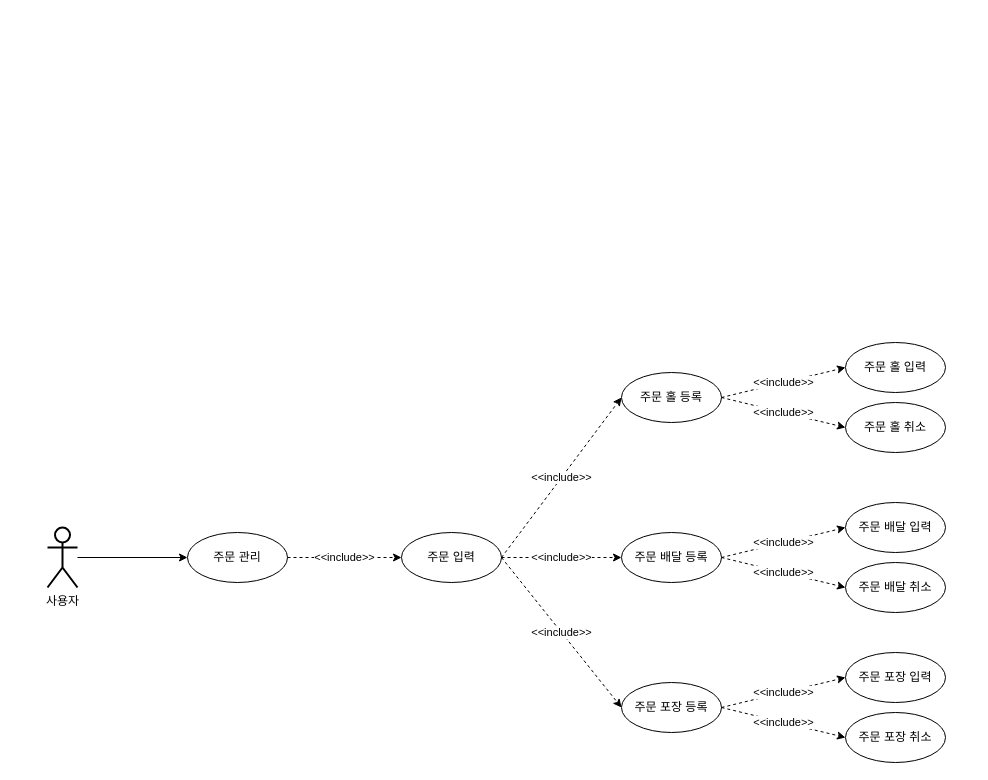
Earlier version of the draw.io diagram page "1.2 MenuManagement_Usecase" (2 of 14) of Diagram/Use Case/Use Case v1.3.drawio (thelight0804/Design_pattern-Java). Source tidied: cells renumbered, new cells numbered last; positions are measured from the earlier drawing's top-left corner, leaving out a move shared by most shapes. Both pictures are drawn from the tidied source at 100%, with x=0, y=0 at pixel (47, 342).
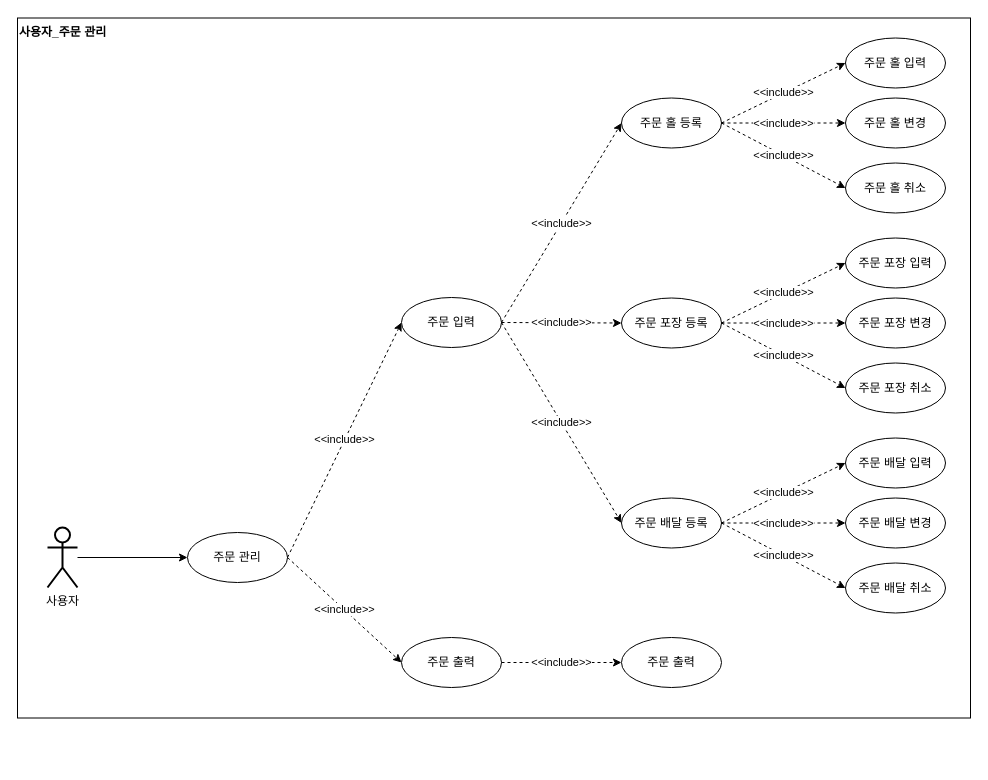
The same diagram, later.

Unchanged cells that the change refers to:
```xml
<mxCell id="2" value="&lt;font color=&quot;#000000&quot;&gt;주문 관리&lt;br&gt;&lt;/font&gt;" style="ellipse;whiteSpace=wrap;html=1;fontColor=#B9E0A5;strokeColor=#000000;strokeWidth=1;" parent="1" vertex="1">
  <mxGeometry x="140" y="190" width="100" height="50" as="geometry" />
</mxCell>
```

What changed in the source:
```diff
@@
-    <mxCell id="6" style="group;" parent="1" vertex="1">
-      <mxGeometry x="354" width="544" height="420" as="geometry" />
-    </mxCell>
+    <mxCell id="29" value="&lt;font&gt;사용자_주문 관리&lt;/font&gt;" style="text;html=1;strokeColor=#000000;fillColor=none;align=left;verticalAlign=top;rounded=0;fontStyle=1;fontColor=#000000;labelBackgroundColor=none;labelBorderColor=none;whiteSpace=wrap;" parent="1" vertex="1">
+      <mxGeometry x="-30" y="-324.5" width="953" height="700" as="geometry" />
+    </mxCell>
+    <mxCell id="30" value="&amp;lt;&amp;lt;include&amp;gt;&amp;gt;" style="edgeStyle=none;rounded=0;jettySize=auto;html=1;entryX=0;entryY=0.5;entryDx=0;entryDy=0;dashed=1;exitX=1;exitY=0.5;exitDx=0;exitDy=0;" parent="1" edge="1" source="2" target="31">
+      <mxGeometry relative="1" as="geometry" />
+    </mxCell>
+    <mxCell id="31" value="&lt;span style=&quot;color: rgb(0, 0, 0);&quot;&gt;주문 출력&lt;/span&gt;&lt;font color=&quot;#000000&quot;&gt;&lt;br&gt;&lt;/font&gt;" style="ellipse;whiteSpace=wrap;html=1;fontColor=#B9E0A5;strokeColor=#000000;strokeWidth=1;" parent="1" vertex="1">
+      <mxGeometry x="354" y="295" width="100" height="50" as="geometry" />
+    </mxCell>
+    <mxCell id="32" value="&lt;span style=&quot;color: rgb(0, 0, 0);&quot;&gt;주문 출력&lt;/span&gt;&lt;font color=&quot;#000000&quot;&gt;&lt;br&gt;&lt;/font&gt;" style="ellipse;whiteSpace=wrap;html=1;fontColor=#B9E0A5;strokeColor=#000000;strokeWidth=1;" parent="1" vertex="1">
+      <mxGeometry x="574" y="295" width="100" height="50" as="geometry" />
+    </mxCell>
-    <mxCell id="7" value="&lt;font color=&quot;#000000&quot;&gt;주문 입력&lt;br&gt;&lt;/font&gt;" style="ellipse;whiteSpace=wrap;html=1;fontColor=#B9E0A5;strokeColor=#000000;strokeWidth=1;" parent="6" vertex="1">
-      <mxGeometry y="190" width="100" height="50" as="geometry" />
+    <mxCell id="7" value="&lt;font color=&quot;#000000&quot;&gt;주문 입력&lt;br&gt;&lt;/font&gt;" style="ellipse;whiteSpace=wrap;html=1;fontColor=#B9E0A5;strokeColor=#000000;strokeWidth=1;" parent="1" vertex="1">
+      <mxGeometry x="354" y="-45" width="100" height="50" as="geometry" />
     </mxCell>
-    <mxCell id="8" value="&amp;lt;&amp;lt;include&amp;gt;&amp;gt;" style="edgeStyle=none;rounded=0;jettySize=auto;html=1;entryX=0;entryY=0.5;entryDx=0;entryDy=0;dashed=1;exitX=1;exitY=0.5;exitDx=0;exitDy=0;" parent="6" edge="1" source="7" target="12">
+    <mxCell id="8" value="&amp;lt;&amp;lt;include&amp;gt;&amp;gt;" style="edgeStyle=none;rounded=0;jettySize=auto;html=1;entryX=0;entryY=0.5;entryDx=0;entryDy=0;dashed=1;exitX=1;exitY=0.5;exitDx=0;exitDy=0;" parent="1" edge="1" source="7" target="12">
       <mxGeometry relative="1" as="geometry" />
     </mxCell>
-    <mxCell id="9" value="&amp;lt;&amp;lt;include&amp;gt;&amp;gt;" style="edgeStyle=none;rounded=0;jettySize=auto;html=1;entryX=0;entryY=0.5;entryDx=0;entryDy=0;dashed=1;exitX=1;exitY=0.5;exitDx=0;exitDy=0;" parent="6" edge="1" source="7" target="18">
+    <mxCell id="9" value="&amp;lt;&amp;lt;include&amp;gt;&amp;gt;" style="edgeStyle=none;rounded=0;jettySize=auto;html=1;entryX=0;entryY=0.5;entryDx=0;entryDy=0;dashed=1;exitX=1;exitY=0.5;exitDx=0;exitDy=0;" parent="1" edge="1" source="7" target="24">
       <mxGeometry relative="1" as="geometry" />
     </mxCell>
-    <mxCell id="10" value="&amp;lt;&amp;lt;include&amp;gt;&amp;gt;" style="edgeStyle=none;rounded=0;jettySize=auto;html=1;entryX=0;entryY=0.5;entryDx=0;entryDy=0;dashed=1;exitX=1;exitY=0.5;exitDx=0;exitDy=0;" parent="6" edge="1" source="7" target="24">
+    <mxCell id="10" value="&amp;lt;&amp;lt;include&amp;gt;&amp;gt;" style="edgeStyle=none;rounded=0;jettySize=auto;html=1;entryX=0;entryY=0.5;entryDx=0;entryDy=0;dashed=1;exitX=1;exitY=0.5;exitDx=0;exitDy=0;" parent="1" edge="1" source="7" target="18">
       <mxGeometry relative="1" as="geometry" />
     </mxCell>
-    <mxCell id="11" style="group;" parent="6" vertex="1">
-      <mxGeometry x="220" width="324" height="110" as="geometry" />
-    </mxCell>
+    <mxCell id="33" value="&amp;lt;&amp;lt;include&amp;gt;&amp;gt;" style="edgeStyle=none;rounded=0;jettySize=auto;html=1;entryX=0;entryY=0.5;entryDx=0;entryDy=0;dashed=1;exitX=1;exitY=0.5;exitDx=0;exitDy=0;" parent="1" edge="1" source="31" target="32">
+      <mxGeometry relative="1" as="geometry" />
+    </mxCell>
+    <mxCell id="34" style="group;" parent="1" vertex="1">
+      <mxGeometry x="574" y="95.5" width="324" height="175" as="geometry" />
+    </mxCell>
+    <mxCell id="18" value="&lt;font color=&quot;#000000&quot;&gt;주문 배달 등록&lt;br&gt;&lt;/font&gt;" style="ellipse;whiteSpace=wrap;html=1;fontColor=#B9E0A5;strokeColor=#000000;strokeWidth=1;" parent="34" vertex="1">
+      <mxGeometry y="60" width="100" height="50" as="geometry" />
+    </mxCell>
+    <mxCell id="19" value="&lt;font color=&quot;#000000&quot;&gt;주문&amp;nbsp;&lt;/font&gt;&lt;span style=&quot;color: rgb(0, 0, 0);&quot;&gt;배달&lt;/span&gt;&lt;font color=&quot;#000000&quot;&gt;&amp;nbsp;입력&lt;br&gt;&lt;/font&gt;" style="ellipse;whiteSpace=wrap;html=1;fontColor=#B9E0A5;strokeColor=#000000;strokeWidth=1;" parent="34" vertex="1">
+      <mxGeometry x="224" width="100" height="50" as="geometry" />
+    </mxCell>
+    <mxCell id="35" value="&lt;font color=&quot;#000000&quot;&gt;주문&amp;nbsp;&lt;/font&gt;&lt;span style=&quot;color: rgb(0, 0, 0);&quot;&gt;배달&lt;/span&gt;&lt;font color=&quot;#000000&quot;&gt;&amp;nbsp;변경&lt;br&gt;&lt;/font&gt;" style="ellipse;whiteSpace=wrap;html=1;fontColor=#B9E0A5;strokeColor=#000000;strokeWidth=1;" parent="34" vertex="1">
+      <mxGeometry x="224" y="60" width="100" height="50" as="geometry" />
+    </mxCell>
+    <mxCell id="21" value="&amp;lt;&amp;lt;include&amp;gt;&amp;gt;" style="edgeStyle=none;rounded=0;jettySize=auto;html=1;entryX=0;entryY=0.5;entryDx=0;entryDy=0;dashed=1;exitX=1;exitY=0.5;exitDx=0;exitDy=0;" parent="34" edge="1" source="18" target="19">
+      <mxGeometry relative="1" as="geometry" />
+    </mxCell>
+    <mxCell id="36" value="&amp;lt;&amp;lt;include&amp;gt;&amp;gt;" style="edgeStyle=none;rounded=0;jettySize=auto;html=1;entryX=0;entryY=0.5;entryDx=0;entryDy=0;dashed=1;exitX=1;exitY=0.5;exitDx=0;exitDy=0;" parent="34" edge="1" source="18" target="35">
+      <mxGeometry relative="1" as="geometry" />
+    </mxCell>
+    <mxCell id="20" value="&lt;font color=&quot;#000000&quot;&gt;주문&amp;nbsp;&lt;/font&gt;&lt;span style=&quot;color: rgb(0, 0, 0);&quot;&gt;배달&lt;/span&gt;&lt;font color=&quot;#000000&quot;&gt;&amp;nbsp;취소&lt;br&gt;&lt;/font&gt;" style="ellipse;whiteSpace=wrap;html=1;fontColor=#B9E0A5;strokeColor=#000000;strokeWidth=1;" parent="34" vertex="1">
+      <mxGeometry x="224" y="125" width="100" height="50" as="geometry" />
+    </mxCell>
+    <mxCell id="22" value="&amp;lt;&amp;lt;include&amp;gt;&amp;gt;" style="edgeStyle=none;rounded=0;jettySize=auto;html=1;entryX=0;entryY=0.5;entryDx=0;entryDy=0;dashed=1;exitX=1;exitY=0.5;exitDx=0;exitDy=0;" parent="34" edge="1" source="18" target="20">
+      <mxGeometry relative="1" as="geometry" />
+    </mxCell>
+    <mxCell id="37" style="group;" parent="1" vertex="1">
+      <mxGeometry x="574" y="-104.5" width="324" height="175" as="geometry" />
+    </mxCell>
+    <mxCell id="24" value="&lt;font color=&quot;#000000&quot;&gt;주문 포장 등록&lt;br&gt;&lt;/font&gt;" style="ellipse;whiteSpace=wrap;html=1;fontColor=#B9E0A5;strokeColor=#000000;strokeWidth=1;" parent="37" vertex="1">
+      <mxGeometry y="60" width="100" height="50" as="geometry" />
+    </mxCell>
+    <mxCell id="25" value="&lt;font color=&quot;#000000&quot;&gt;주문&amp;nbsp;&lt;/font&gt;&lt;span style=&quot;color: rgb(0, 0, 0);&quot;&gt;포장&lt;/span&gt;&lt;font color=&quot;#000000&quot;&gt;&amp;nbsp;입력&lt;br&gt;&lt;/font&gt;" style="ellipse;whiteSpace=wrap;html=1;fontColor=#B9E0A5;strokeColor=#000000;strokeWidth=1;" parent="37" vertex="1">
+      <mxGeometry x="224" width="100" height="50" as="geometry" />
+    </mxCell>
+    <mxCell id="38" value="&lt;font color=&quot;#000000&quot;&gt;주문&amp;nbsp;&lt;/font&gt;&lt;span style=&quot;color: rgb(0, 0, 0);&quot;&gt;포장&lt;/span&gt;&lt;font color=&quot;#000000&quot;&gt;&amp;nbsp;변경&lt;br&gt;&lt;/font&gt;" style="ellipse;whiteSpace=wrap;html=1;fontColor=#B9E0A5;strokeColor=#000000;strokeWidth=1;" parent="37" vertex="1">
+      <mxGeometry x="224" y="60" width="100" height="50" as="geometry" />
+    </mxCell>
+    <mxCell id="27" value="&amp;lt;&amp;lt;include&amp;gt;&amp;gt;" style="edgeStyle=none;rounded=0;jettySize=auto;html=1;entryX=0;entryY=0.5;entryDx=0;entryDy=0;dashed=1;exitX=1;exitY=0.5;exitDx=0;exitDy=0;" parent="37" edge="1" source="24" target="25">
+      <mxGeometry relative="1" as="geometry" />
+    </mxCell>
+    <mxCell id="39" value="&amp;lt;&amp;lt;include&amp;gt;&amp;gt;" style="edgeStyle=none;rounded=0;jettySize=auto;html=1;entryX=0;entryY=0.5;entryDx=0;entryDy=0;dashed=1;exitX=1;exitY=0.5;exitDx=0;exitDy=0;" parent="37" edge="1" source="24" target="38">
+      <mxGeometry relative="1" as="geometry" />
+    </mxCell>
+    <mxCell id="26" value="&lt;font color=&quot;#000000&quot;&gt;주문&amp;nbsp;&lt;/font&gt;&lt;span style=&quot;color: rgb(0, 0, 0);&quot;&gt;포장&lt;/span&gt;&lt;font color=&quot;#000000&quot;&gt;&amp;nbsp;취소&lt;br&gt;&lt;/font&gt;" style="ellipse;whiteSpace=wrap;html=1;fontColor=#B9E0A5;strokeColor=#000000;strokeWidth=1;" parent="37" vertex="1">
+      <mxGeometry x="224" y="125" width="100" height="50" as="geometry" />
+    </mxCell>
+    <mxCell id="28" value="&amp;lt;&amp;lt;include&amp;gt;&amp;gt;" style="edgeStyle=none;rounded=0;jettySize=auto;html=1;entryX=0;entryY=0.5;entryDx=0;entryDy=0;dashed=1;exitX=1;exitY=0.5;exitDx=0;exitDy=0;" parent="37" edge="1" source="24" target="26">
+      <mxGeometry relative="1" as="geometry" />
+    </mxCell>
+    <mxCell id="40" style="group;" parent="1" vertex="1">
+      <mxGeometry x="574" y="-304.5" width="324" height="175" as="geometry" />
+    </mxCell>
-    <mxCell id="12" value="&lt;font color=&quot;#000000&quot;&gt;주문 홀 등록&lt;br&gt;&lt;/font&gt;" style="ellipse;whiteSpace=wrap;html=1;fontColor=#B9E0A5;strokeColor=#000000;strokeWidth=1;" parent="11" vertex="1">
-      <mxGeometry y="30" width="100" height="50" as="geometry" />
+    <mxCell id="12" value="&lt;font color=&quot;#000000&quot;&gt;주문 홀 등록&lt;br&gt;&lt;/font&gt;" style="ellipse;whiteSpace=wrap;html=1;fontColor=#B9E0A5;strokeColor=#000000;strokeWidth=1;" parent="40" vertex="1">
+      <mxGeometry y="60" width="100" height="50" as="geometry" />
     </mxCell>
-    <mxCell id="13" value="&lt;font color=&quot;#000000&quot;&gt;주문 홀 입력&lt;br&gt;&lt;/font&gt;" style="ellipse;whiteSpace=wrap;html=1;fontColor=#B9E0A5;strokeColor=#000000;strokeWidth=1;" parent="11" vertex="1">
+    <mxCell id="13" value="&lt;font color=&quot;#000000&quot;&gt;주문 홀 입력&lt;br&gt;&lt;/font&gt;" style="ellipse;whiteSpace=wrap;html=1;fontColor=#B9E0A5;strokeColor=#000000;strokeWidth=1;" parent="40" vertex="1">
       <mxGeometry x="224" width="100" height="50" as="geometry" />
     </mxCell>
-    <mxCell id="14" value="&lt;font color=&quot;#000000&quot;&gt;주문 홀 취소&lt;br&gt;&lt;/font&gt;" style="ellipse;whiteSpace=wrap;html=1;fontColor=#B9E0A5;strokeColor=#000000;strokeWidth=1;" parent="11" vertex="1">
+    <mxCell id="14" value="&lt;font color=&quot;#000000&quot;&gt;주문 홀 변경&lt;br&gt;&lt;/font&gt;" style="ellipse;whiteSpace=wrap;html=1;fontColor=#B9E0A5;strokeColor=#000000;strokeWidth=1;" parent="40" vertex="1">
       <mxGeometry x="224" y="60" width="100" height="50" as="geometry" />
     </mxCell>
-    <mxCell id="15" value="&amp;lt;&amp;lt;include&amp;gt;&amp;gt;" style="edgeStyle=none;rounded=0;jettySize=auto;html=1;entryX=0;entryY=0.5;entryDx=0;entryDy=0;dashed=1;exitX=1;exitY=0.5;exitDx=0;exitDy=0;" parent="11" edge="1" source="12" target="13">
+    <mxCell id="15" value="&amp;lt;&amp;lt;include&amp;gt;&amp;gt;" style="edgeStyle=none;rounded=0;jettySize=auto;html=1;entryX=0;entryY=0.5;entryDx=0;entryDy=0;dashed=1;exitX=1;exitY=0.5;exitDx=0;exitDy=0;" parent="40" edge="1" source="12" target="13">
       <mxGeometry relative="1" as="geometry" />
     </mxCell>
-    <mxCell id="16" value="&amp;lt;&amp;lt;include&amp;gt;&amp;gt;" style="edgeStyle=none;rounded=0;jettySize=auto;html=1;entryX=0;entryY=0.5;entryDx=0;entryDy=0;dashed=1;exitX=1;exitY=0.5;exitDx=0;exitDy=0;" parent="11" edge="1" source="12" target="14">
+    <mxCell id="16" value="&amp;lt;&amp;lt;include&amp;gt;&amp;gt;" style="edgeStyle=none;rounded=0;jettySize=auto;html=1;entryX=0;entryY=0.5;entryDx=0;entryDy=0;dashed=1;exitX=1;exitY=0.5;exitDx=0;exitDy=0;" parent="40" edge="1" source="12" target="14">
       <mxGeometry relative="1" as="geometry" />
     </mxCell>
-    <mxCell id="17" style="group;" parent="6" vertex="1">
-      <mxGeometry x="220" y="160" width="324" height="110" as="geometry" />
-    </mxCell>
-    <mxCell id="18" value="&lt;font color=&quot;#000000&quot;&gt;주문 배달 등록&lt;br&gt;&lt;/font&gt;" style="ellipse;whiteSpace=wrap;html=1;fontColor=#B9E0A5;strokeColor=#000000;strokeWidth=1;" parent="17" vertex="1">
-      <mxGeometry y="30" width="100" height="50" as="geometry" />
-    </mxCell>
-    <mxCell id="19" value="&lt;font color=&quot;#000000&quot;&gt;주문 배달 입력&lt;br&gt;&lt;/font&gt;" style="ellipse;whiteSpace=wrap;html=1;fontColor=#B9E0A5;strokeColor=#000000;strokeWidth=1;" parent="17" vertex="1">
-      <mxGeometry x="224" width="100" height="50" as="geometry" />
-    </mxCell>
-    <mxCell id="20" value="&lt;font color=&quot;#000000&quot;&gt;주문 배달 취소&lt;br&gt;&lt;/font&gt;" style="ellipse;whiteSpace=wrap;html=1;fontColor=#B9E0A5;strokeColor=#000000;strokeWidth=1;" parent="17" vertex="1">
-      <mxGeometry x="224" y="60" width="100" height="50" as="geometry" />
-    </mxCell>
-    <mxCell id="21" value="&amp;lt;&amp;lt;include&amp;gt;&amp;gt;" style="edgeStyle=none;rounded=0;jettySize=auto;html=1;entryX=0;entryY=0.5;entryDx=0;entryDy=0;dashed=1;exitX=1;exitY=0.5;exitDx=0;exitDy=0;" parent="17" edge="1" source="18" target="19">
-      <mxGeometry relative="1" as="geometry" />
-    </mxCell>
-    <mxCell id="22" value="&amp;lt;&amp;lt;include&amp;gt;&amp;gt;" style="edgeStyle=none;rounded=0;jettySize=auto;html=1;entryX=0;entryY=0.5;entryDx=0;entryDy=0;dashed=1;exitX=1;exitY=0.5;exitDx=0;exitDy=0;" parent="17" edge="1" source="18" target="20">
-      <mxGeometry relative="1" as="geometry" />
-    </mxCell>
-    <mxCell id="23" style="group;" parent="6" vertex="1">
-      <mxGeometry x="220" y="310" width="324" height="110" as="geometry" />
-    </mxCell>
-    <mxCell id="24" value="&lt;font color=&quot;#000000&quot;&gt;주문 포장 등록&lt;br&gt;&lt;/font&gt;" style="ellipse;whiteSpace=wrap;html=1;fontColor=#B9E0A5;strokeColor=#000000;strokeWidth=1;" parent="23" vertex="1">
-      <mxGeometry y="30" width="100" height="50" as="geometry" />
-    </mxCell>
-    <mxCell id="25" value="&lt;font color=&quot;#000000&quot;&gt;주문 포장 입력&lt;br&gt;&lt;/font&gt;" style="ellipse;whiteSpace=wrap;html=1;fontColor=#B9E0A5;strokeColor=#000000;strokeWidth=1;" parent="23" vertex="1">
-      <mxGeometry x="224" width="100" height="50" as="geometry" />
-    </mxCell>
-    <mxCell id="26" value="&lt;font color=&quot;#000000&quot;&gt;주문 포장 취소&lt;br&gt;&lt;/font&gt;" style="ellipse;whiteSpace=wrap;html=1;fontColor=#B9E0A5;strokeColor=#000000;strokeWidth=1;" parent="23" vertex="1">
-      <mxGeometry x="224" y="60" width="100" height="50" as="geometry" />
-    </mxCell>
-    <mxCell id="27" value="&amp;lt;&amp;lt;include&amp;gt;&amp;gt;" style="edgeStyle=none;rounded=0;jettySize=auto;html=1;entryX=0;entryY=0.5;entryDx=0;entryDy=0;dashed=1;exitX=1;exitY=0.5;exitDx=0;exitDy=0;" parent="23" edge="1" source="24" target="25">
-      <mxGeometry relative="1" as="geometry" />
-    </mxCell>
-    <mxCell id="28" value="&amp;lt;&amp;lt;include&amp;gt;&amp;gt;" style="edgeStyle=none;rounded=0;jettySize=auto;html=1;entryX=0;entryY=0.5;entryDx=0;entryDy=0;dashed=1;exitX=1;exitY=0.5;exitDx=0;exitDy=0;" parent="23" edge="1" source="24" target="26">
-      <mxGeometry relative="1" as="geometry" />
-    </mxCell>
+    <mxCell id="41" value="&lt;font color=&quot;#000000&quot;&gt;주문 홀 취소&lt;br&gt;&lt;/font&gt;" style="ellipse;whiteSpace=wrap;html=1;fontColor=#B9E0A5;strokeColor=#000000;strokeWidth=1;" parent="40" vertex="1">
+      <mxGeometry x="224" y="125" width="100" height="50" as="geometry" />
+    </mxCell>
+    <mxCell id="42" value="&amp;lt;&amp;lt;include&amp;gt;&amp;gt;" style="edgeStyle=none;rounded=0;jettySize=auto;html=1;entryX=0;entryY=0.5;entryDx=0;entryDy=0;dashed=1;exitX=1;exitY=0.5;exitDx=0;exitDy=0;" parent="40" edge="1" source="12" target="41">
+      <mxGeometry relative="1" as="geometry" />
+    </mxCell>
```
